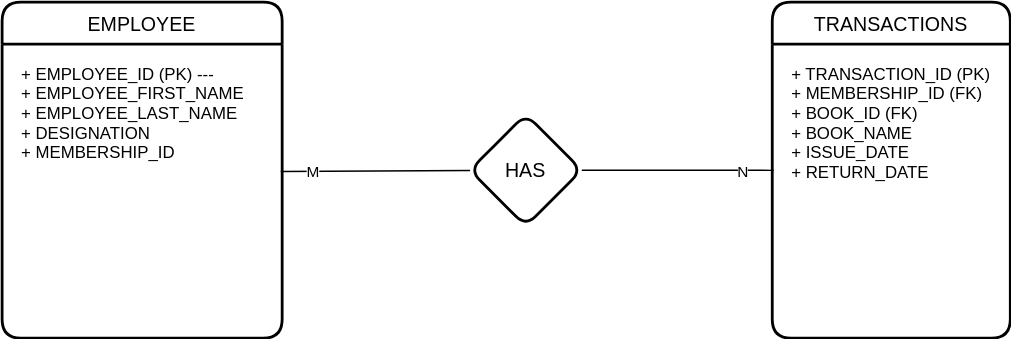
The draw.io diagram diagrams/Database Design.drawio.svg in basit-budroo/library-management-system, before a commit. Source tidied: cells renumbered, new cells last; positions are measured from the earlier drawing's top-left corner, leaving out a move shared by most shapes. The source it was exported from:
```xml
<mxGraphModel>
  <root>
    <mxCell id="0" />
    <mxCell id="1" parent="0" />
    <mxCell id="2" value="EMPLOYEE" style="swimlane;horizontal=1;startSize=30;rounded=1;fontSize=14;fontStyle=0;strokeWidth=2;shadow=0;dashed=0;align=center;" parent="1" vertex="1">
      <mxGeometry width="200" height="240" as="geometry" />
    </mxCell>
    <mxCell id="3" value="+ EMPLOYEE_ID (PK) ---&#10;+ EMPLOYEE_FIRST_NAME&#10;+ EMPLOYEE_LAST_NAME&#10;+ DESIGNATION&#10;+ MEMBERSHIP_ID" style="align=left;strokeColor=none;fillColor=none;spacingLeft=4;fontSize=12;verticalAlign=top;spacing=10;" parent="2" vertex="1">
      <mxGeometry y="30" width="200" height="210" as="geometry" />
    </mxCell>
    <mxCell id="4" value="TRANSACTIONS" style="swimlane;horizontal=1;startSize=30;rounded=1;fontSize=14;fontStyle=0;strokeWidth=2;shadow=0;dashed=0;align=center;" parent="1" vertex="1">
      <mxGeometry x="550" width="170" height="240" as="geometry" />
    </mxCell>
    <mxCell id="5" value="+ TRANSACTION_ID (PK)&#10;+ MEMBERSHIP_ID (FK)&#10;+ BOOK_ID (FK)&#10;+ BOOK_NAME&#10;+ ISSUE_DATE&#10;+ RETURN_DATE" style="align=left;strokeColor=none;fillColor=none;spacingLeft=4;fontSize=12;verticalAlign=top;spacingTop=0;sketch=1;spacing=10;" parent="4" vertex="1">
      <mxGeometry y="30" width="170" height="210" as="geometry" />
    </mxCell>
    <mxCell id="6" value="HAS" style="rhombus;whiteSpace=wrap;html=1;fontSize=14;fontStyle=0;startSize=30;rounded=1;strokeWidth=2;shadow=0;dashed=0;" parent="1" vertex="1">
      <mxGeometry x="334" y="80" width="80" height="80" as="geometry" />
    </mxCell>
    <mxCell id="7" style="endArrow=none;html=1;rounded=0;exitX=0.995;exitY=0.433;exitDx=0;exitDy=0;exitPerimeter=0;" parent="1" edge="1" source="3" target="6">
      <mxGeometry relative="1" as="geometry" />
    </mxCell>
    <mxCell id="8" value="M" style="edgeLabel;html=1;align=center;verticalAlign=middle;" parent="7" vertex="1">
      <mxGeometry x="-0.66" relative="1" as="geometry" />
    </mxCell>
    <mxCell id="9" style="endArrow=none;html=1;rounded=0;entryX=0.006;entryY=0.429;entryDx=0;entryDy=0;entryPerimeter=0;exitX=1;exitY=0.5;exitDx=0;exitDy=0;" parent="1" edge="1" source="6" target="5">
      <mxGeometry relative="1" as="geometry" />
    </mxCell>
    <mxCell id="10" value="N" style="edgeLabel;html=1;align=center;verticalAlign=middle;" parent="9" vertex="1">
      <mxGeometry x="0.68" relative="1" as="geometry" />
    </mxCell>
  </root>
</mxGraphModel>
```
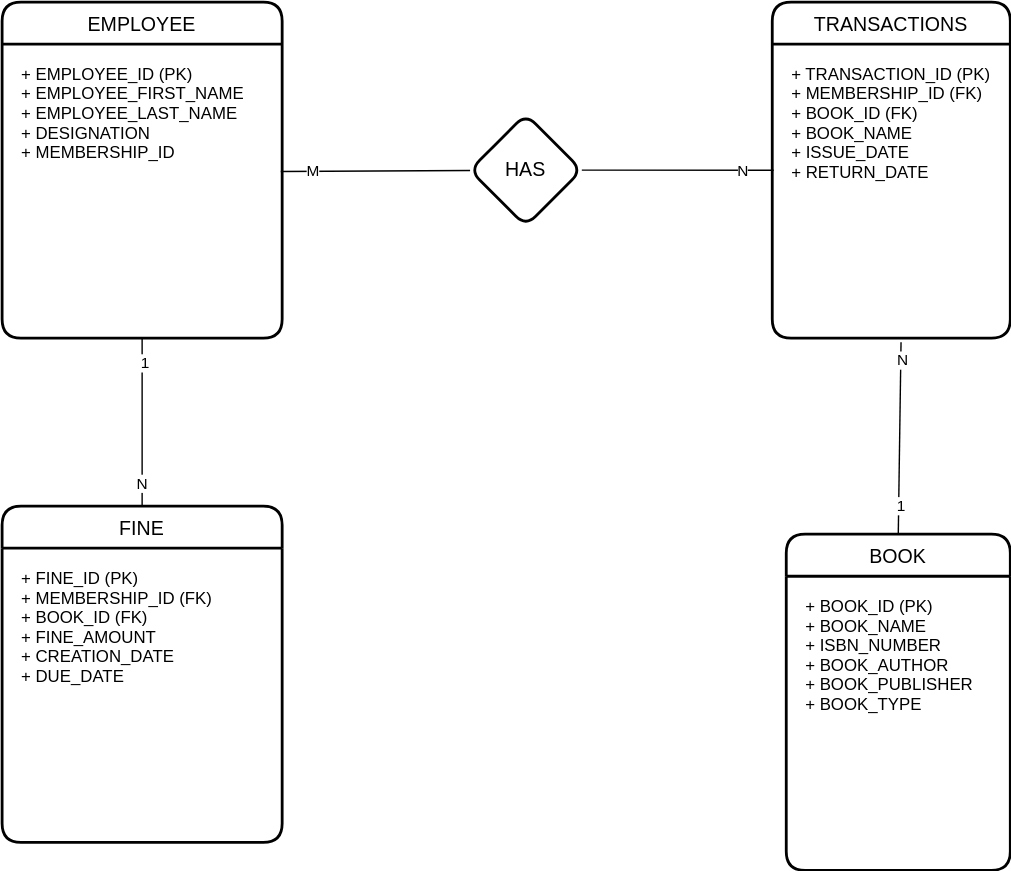
After the commit.

The edit, as a diff of the source:
```diff
@@ -5,7 +5,7 @@
     <mxCell id="2" value="EMPLOYEE" style="swimlane;horizontal=1;startSize=30;rounded=1;fontSize=14;fontStyle=0;strokeWidth=2;shadow=0;dashed=0;align=center;" parent="1" vertex="1">
       <mxGeometry width="200" height="240" as="geometry" />
     </mxCell>
-    <mxCell id="3" value="+ EMPLOYEE_ID (PK) ---&#10;+ EMPLOYEE_FIRST_NAME&#10;+ EMPLOYEE_LAST_NAME&#10;+ DESIGNATION&#10;+ MEMBERSHIP_ID" style="align=left;strokeColor=none;fillColor=none;spacingLeft=4;fontSize=12;verticalAlign=top;spacing=10;" parent="2" vertex="1">
+    <mxCell id="3" value="+ EMPLOYEE_ID (PK)&#10;+ EMPLOYEE_FIRST_NAME&#10;+ EMPLOYEE_LAST_NAME&#10;+ DESIGNATION&#10;+ MEMBERSHIP_ID" style="align=left;strokeColor=none;fillColor=none;spacingLeft=4;fontSize=12;verticalAlign=top;spacing=10;" parent="2" vertex="1">
       <mxGeometry y="30" width="200" height="210" as="geometry" />
     </mxCell>
     <mxCell id="4" value="TRANSACTIONS" style="swimlane;horizontal=1;startSize=30;rounded=1;fontSize=14;fontStyle=0;strokeWidth=2;shadow=0;dashed=0;align=center;" parent="1" vertex="1">
@@ -29,5 +29,35 @@
     <mxCell id="10" value="N" style="edgeLabel;html=1;align=center;verticalAlign=middle;" parent="9" vertex="1">
       <mxGeometry x="0.68" relative="1" as="geometry" />
     </mxCell>
+    <mxCell id="11" value="BOOK" style="swimlane;horizontal=1;startSize=30;rounded=1;fontSize=14;fontStyle=0;strokeWidth=2;shadow=0;dashed=0;align=center;" parent="1" vertex="1">
+      <mxGeometry x="560" y="380" width="160" height="240" as="geometry" />
+    </mxCell>
+    <mxCell id="12" value="+ BOOK_ID (PK)&#10;+ BOOK_NAME&#10;+ ISBN_NUMBER&#10;+ BOOK_AUTHOR&#10;+ BOOK_PUBLISHER&#10;+ BOOK_TYPE" style="align=left;strokeColor=none;fillColor=none;spacingLeft=4;fontSize=12;verticalAlign=top;spacing=10;" parent="11" vertex="1">
+      <mxGeometry y="30" width="160" height="210" as="geometry" />
+    </mxCell>
+    <mxCell id="13" style="endArrow=none;html=1;rounded=0;entryX=0.541;entryY=1.014;entryDx=0;entryDy=0;exitX=0.5;exitY=0;exitDx=0;exitDy=0;entryPerimeter=0;" parent="1" edge="1" source="11" target="5">
+      <mxGeometry relative="1" as="geometry" />
+    </mxCell>
+    <mxCell id="14" value="1" style="edgeLabel;html=1;align=center;verticalAlign=middle;" parent="13" vertex="1">
+      <mxGeometry x="-0.69" y="-1" relative="1" as="geometry" />
+    </mxCell>
+    <mxCell id="15" value="N" style="edgeLabel;html=1;align=center;verticalAlign=middle;" parent="13" vertex="1">
+      <mxGeometry x="0.82" y="-1" relative="1" as="geometry" />
+    </mxCell>
+    <mxCell id="16" value="FINE" style="swimlane;horizontal=1;startSize=30;rounded=1;fontSize=14;fontStyle=0;strokeWidth=2;shadow=0;dashed=0;align=center;" parent="1" vertex="1">
+      <mxGeometry y="360" width="200" height="240" as="geometry" />
+    </mxCell>
+    <mxCell id="17" value="+ FINE_ID (PK)&#10;+ MEMBERSHIP_ID (FK)&#10;+ BOOK_ID (FK)&#10;+ FINE_AMOUNT&#10;+ CREATION_DATE&#10;+ DUE_DATE" style="align=left;strokeColor=none;fillColor=none;spacingLeft=4;fontSize=12;verticalAlign=top;spacing=10;" parent="16" vertex="1">
+      <mxGeometry y="30" width="200" height="210" as="geometry" />
+    </mxCell>
+    <mxCell id="18" style="endArrow=none;html=1;rounded=0;exitX=0.5;exitY=0;exitDx=0;exitDy=0;entryX=0.5;entryY=1;entryDx=0;entryDy=0;" parent="1" edge="1" source="16" target="3">
+      <mxGeometry relative="1" as="geometry" />
+    </mxCell>
+    <mxCell id="19" value="1" style="edgeLabel;html=1;align=center;verticalAlign=middle;" parent="18" vertex="1">
+      <mxGeometry x="0.72" y="-1" relative="1" as="geometry" />
+    </mxCell>
+    <mxCell id="20" value="N" style="edgeLabel;html=1;align=center;verticalAlign=middle;" parent="18" vertex="1">
+      <mxGeometry x="-0.72" y="1" relative="1" as="geometry" />
+    </mxCell>
   </root>
 </mxGraphModel>
```
